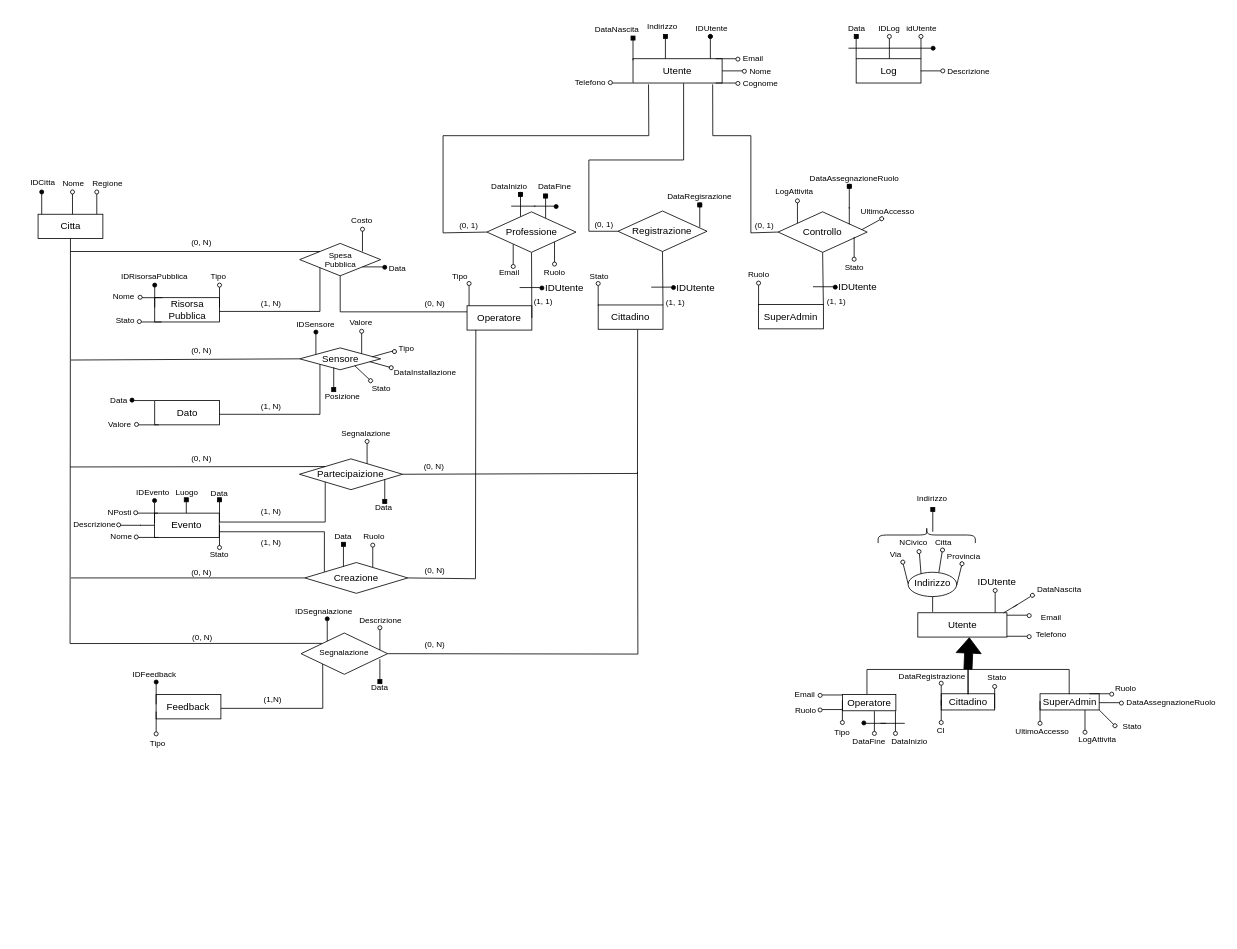
The draw.io diagram desing_db/schema_concettuale.drawio in mattebest045/UrbanBrain, before the edit. Source tidied: cells renumbered, new cells numbered last; positions are measured from the earlier drawing's top-left corner, leaving out a move shared by most shapes. Both pictures are drawn from the tidied source at 81%, with x=0, y=0 at pixel (14, 14).
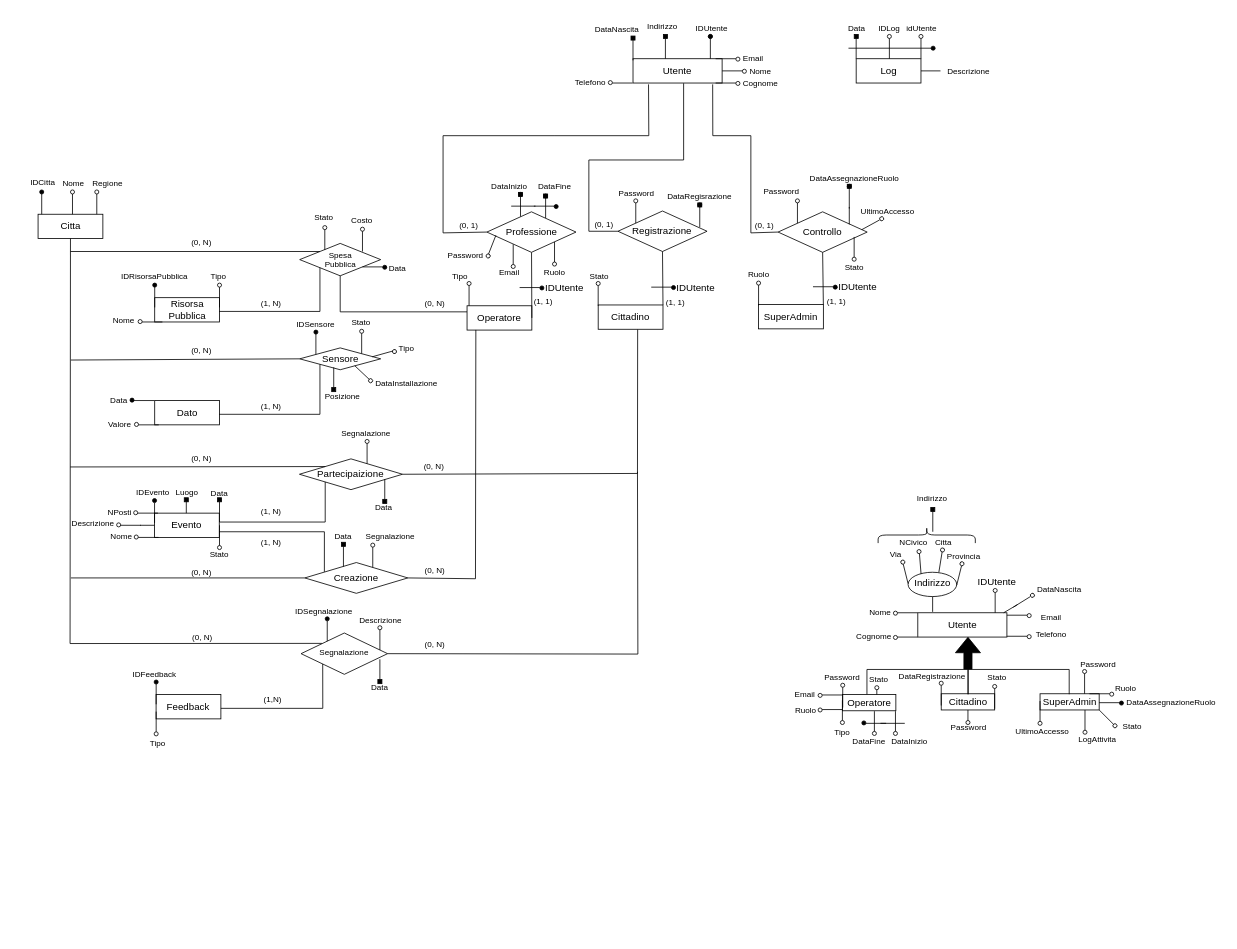
Above is the later version.

The change refers to these unchanged cells:
```xml
<mxCell id="3" value="Utente" style="rounded=0;whiteSpace=wrap;html=1;" parent="1" vertex="1">
  <mxGeometry x="1115.6" y="739" width="110" height="30" as="geometry" />
</mxCell>
<mxCell id="41" style="shape=partialRectangle;whiteSpace=wrap;html=1;bottom=1;right=1;left=1;top=0;fillColor=none;routingCenterX=-0.5;align=center;verticalAlign=top;fontFamily=Helvetica;fontSize=12;fontColor=default;rotation=-180;" parent="1" vertex="1">
  <mxGeometry x="1177.5" y="809" width="125" height="30" as="geometry" />
</mxCell>
```

What changed in the source:
```diff
@@
+    <mxCell id="407" value="Descrizione" style="text;html=1;align=center;verticalAlign=middle;strokeColor=none;fillColor=none;fontSize=10;" parent="1" vertex="1">
+      <mxGeometry x="1138.1" y="55" width="80" height="30" as="geometry" />
+    </mxCell>
+    <mxCell id="391" style="group;align=center;verticalAlign=top;fontFamily=Helvetica;fontSize=12;fontColor=default;fillColor=none;gradientColor=none;rotation=90;" parent="1" vertex="1">
+      <mxGeometry x="1132" y="55" width="5" height="30" as="geometry" />
+    </mxCell>
+    <mxCell id="392" style="endArrow=none;html=1;rounded=0;fontFamily=Helvetica;fontSize=12;fontColor=default;entryX=0;entryY=0;entryDx=0;entryDy=0;" parent="391" edge="1">
+      <mxGeometry relative="1" as="geometry">
+        <mxPoint x="-13" y="15" as="sourcePoint" />
+        <mxPoint x="12" y="15" as="targetPoint" />
+      </mxGeometry>
+    </mxCell>
+    <mxCell id="393" style="ellipse;whiteSpace=wrap;html=1;align=center;verticalAlign=top;fontFamily=Helvetica;fontSize=12;fillColor=none;strokeColor=#FFFFFF;rotation=0;fontColor=default;" parent="391" vertex="1">
+      <mxGeometry x="12" y="12.5" width="5" height="5" as="geometry" />
+    </mxCell>
@@
-    <mxCell id="39" style="shape=flexArrow;endArrow=classic;html=1;rounded=0;fontFamily=Helvetica;fontSize=12;fontColor=default;entryX=0.578;entryY=1.011;entryDx=0;entryDy=0;entryPerimeter=0;labelBackgroundColor=#000000;fillColor=#000000;exitX=1;exitY=1;exitDx=0;exitDy=0;" parent="1" edge="1" source="41" target="3">
+    <mxCell id="39" style="shape=flexArrow;endArrow=classic;html=1;rounded=0;fontFamily=Helvetica;fontSize=12;fontColor=default;entryX=0.563;entryY=0.995;entryDx=0;entryDy=0;entryPerimeter=0;labelBackgroundColor=#000000;fillColor=#000000;exitX=1;exitY=1;exitDx=0;exitDy=0;" parent="1" edge="1" source="41" target="3">
       <mxGeometry relative="1" as="geometry" />
     </mxCell>
@@
-    <mxCell id="49" style="group;align=center;verticalAlign=top;fontFamily=Helvetica;fontSize=12;fontColor=default;fillColor=none;gradientColor=none;" parent="1" vertex="1">
-      <mxGeometry x="1142" y="847" width="5" height="30" as="geometry" />
-    </mxCell>
-    <mxCell id="50" style="endArrow=none;html=1;rounded=0;fontFamily=Helvetica;fontSize=12;fontColor=default;entryX=0;entryY=0;entryDx=0;entryDy=0;" parent="49" edge="1">
-      <mxGeometry relative="1" as="geometry">
-        <mxPoint x="2.5" as="sourcePoint" />
-        <mxPoint x="2.5" y="25" as="targetPoint" />
-      </mxGeometry>
-    </mxCell>
-    <mxCell id="51" style="ellipse;whiteSpace=wrap;html=1;align=center;verticalAlign=top;fontFamily=Helvetica;fontSize=12;fontColor=default;fillColor=none;gradientColor=none;" parent="49" vertex="1">
-      <mxGeometry y="25" width="5" height="5" as="geometry" />
-    </mxCell>
-    <mxCell id="52" value="CI" style="text;html=1;align=center;verticalAlign=middle;strokeColor=none;fillColor=none;fontFamily=Helvetica;fontSize=10;fontColor=default;" parent="1" vertex="1">
-      <mxGeometry x="1128.5" y="869" width="30" height="30" as="geometry" />
+    <mxCell id="52" value="Password" style="text;html=1;align=center;verticalAlign=middle;strokeColor=none;fillColor=none;fontFamily=Helvetica;fontSize=10;fontColor=default;" parent="1" vertex="1">
+      <mxGeometry x="1142.5" y="865" width="70" height="30" as="geometry" />
     </mxCell>
@@
-    <mxCell id="57" style="group;direction=east;rotation=-90;align=center;verticalAlign=top;fontFamily=Helvetica;fontSize=12;fontColor=default;fillColor=none;gradientColor=none;" parent="1" vertex="1">
-      <mxGeometry x="1351.5" y="835" width="5" height="30" as="geometry" />
-    </mxCell>
-    <mxCell id="58" style="endArrow=none;html=1;rounded=0;fontFamily=Helvetica;fontSize=12;fontColor=default;entryX=0;entryY=0;entryDx=0;entryDy=0;" parent="57" edge="1">
-      <mxGeometry relative="1" as="geometry">
-        <mxPoint x="-12" y="15" as="sourcePoint" />
-        <mxPoint x="13" y="15" as="targetPoint" />
-      </mxGeometry>
-    </mxCell>
-    <mxCell id="59" style="ellipse;whiteSpace=wrap;html=1;align=center;verticalAlign=top;fontFamily=Helvetica;fontSize=12;fontColor=default;fillColor=none;gradientColor=none;rotation=-90;" parent="57" vertex="1">
-      <mxGeometry x="13" y="13" width="5" height="5" as="geometry" />
-    </mxCell>
@@
-    <mxCell id="116" value="Valore" style="text;html=1;align=center;verticalAlign=middle;strokeColor=none;fillColor=none;fontFamily=Helvetica;fontSize=10;fontColor=default;" parent="1" vertex="1">
+    <mxCell id="116" value="Stato" style="text;html=1;align=center;verticalAlign=middle;strokeColor=none;fillColor=none;fontFamily=Helvetica;fontSize=10;fontColor=default;" parent="1" vertex="1">
       <mxGeometry x="403" y="365" width="50" height="30" as="geometry" />
     </mxCell>
@@
     <mxCell id="150" value="Descrizione" style="text;html=1;align=center;verticalAlign=middle;strokeColor=none;fillColor=none;fontFamily=Helvetica;fontSize=10;fontColor=default;" parent="1" vertex="1">
-      <mxGeometry x="58.5" y="615" width="80" height="30" as="geometry" />
+      <mxGeometry x="56.5" y="614" width="80" height="30" as="geometry" />
     </mxCell>
@@
-    <mxCell id="252" value="LogAttivita" style="text;html=1;align=center;verticalAlign=middle;strokeColor=none;fillColor=none;fontFamily=Helvetica;fontSize=10;fontColor=default;" parent="1" vertex="1">
-      <mxGeometry x="927.5" y="204" width="70" height="30" as="geometry" />
+    <mxCell id="252" value="Password" style="text;html=1;align=center;verticalAlign=middle;strokeColor=none;fillColor=none;fontFamily=Helvetica;fontSize=10;fontColor=default;" parent="1" vertex="1">
+      <mxGeometry x="911.5" y="204" width="70" height="30" as="geometry" />
     </mxCell>
@@
-    <mxCell id="273" value="Ruolo" style="text;html=1;align=center;verticalAlign=middle;strokeColor=none;fillColor=none;fontFamily=Helvetica;fontSize=10;fontColor=default;" parent="1" vertex="1">
-      <mxGeometry x="418.5" y="630" width="50" height="30" as="geometry" />
+    <mxCell id="273" value="Segnalazione" style="text;html=1;align=center;verticalAlign=middle;strokeColor=none;fillColor=none;fontFamily=Helvetica;fontSize=10;fontColor=default;" parent="1" vertex="1">
+      <mxGeometry x="423.5" y="630" width="80" height="30" as="geometry" />
     </mxCell>
@@
-    <mxCell id="302" style="group;direction=east;rotation=90;" parent="1" vertex="1">
-      <mxGeometry x="165" y="365" width="5" height="30" as="geometry" />
-    </mxCell>
-    <mxCell id="303" style="endArrow=none;html=1;rounded=0;fontFamily=Helvetica;fontSize=12;fontColor=default;entryX=0;entryY=0;entryDx=0;entryDy=0;" parent="302" edge="1">
-      <mxGeometry relative="1" as="geometry">
-        <mxPoint x="17" y="15" as="sourcePoint" />
-        <mxPoint x="-8" y="15" as="targetPoint" />
-      </mxGeometry>
-    </mxCell>
-    <mxCell id="304" style="ellipse;whiteSpace=wrap;html=1;align=center;verticalAlign=top;fontFamily=Helvetica;fontSize=12;fontColor=default;fillColor=none;gradientColor=none;rotation=90;" parent="302" vertex="1">
-      <mxGeometry x="-13" y="12" width="5" height="5" as="geometry" />
-    </mxCell>
-    <mxCell id="305" value="Stato" style="text;html=1;align=center;verticalAlign=middle;strokeColor=none;fillColor=none;fontFamily=Helvetica;fontSize=10;fontColor=default;" parent="1" vertex="1">
-      <mxGeometry x="111.8" y="363" width="50" height="30" as="geometry" />
-    </mxCell>
@@
     <mxCell id="312" value="DataInstallazione" style="text;html=1;align=center;verticalAlign=middle;strokeColor=none;fillColor=none;fontFamily=Helvetica;fontSize=10;fontColor=default;" parent="1" vertex="1">
-      <mxGeometry x="456.5" y="427" width="100" height="30" as="geometry" />
+      <mxGeometry x="433.5" y="441" width="100" height="30" as="geometry" />
     </mxCell>
@@
-    <mxCell id="323" style="group;direction=east;rotation=-75;" parent="1" vertex="1">
-      <mxGeometry x="451" y="418" width="5" height="30" as="geometry" />
-    </mxCell>
-    <mxCell id="324" style="endArrow=none;html=1;rounded=0;fontFamily=Helvetica;fontSize=12;fontColor=default;entryX=0;entryY=0;entryDx=0;entryDy=0;" parent="323" edge="1">
-      <mxGeometry relative="1" as="geometry">
-        <mxPoint x="-12" y="11" as="sourcePoint" />
-        <mxPoint x="13" y="18" as="targetPoint" />
-      </mxGeometry>
-    </mxCell>
-    <mxCell id="325" style="ellipse;whiteSpace=wrap;html=1;align=center;verticalAlign=top;fontFamily=Helvetica;fontSize=12;fontColor=default;fillColor=none;gradientColor=none;rotation=-75;" parent="323" vertex="1">
-      <mxGeometry x="12" y="16" width="5" height="5" as="geometry" />
-    </mxCell>
@@
     <mxCell id="381" style="group;direction=east;rotation=90;" parent="1" vertex="1">
-      <mxGeometry x="166" y="335" width="5" height="30" as="geometry" />
+      <mxGeometry x="166" y="365" width="5" height="30" as="geometry" />
     </mxCell>
@@
     <mxCell id="384" value="Nome" style="text;html=1;align=center;verticalAlign=middle;strokeColor=none;fillColor=none;fontFamily=Helvetica;fontSize=10;fontColor=default;" parent="1" vertex="1">
-      <mxGeometry x="109.8" y="333" width="50" height="30" as="geometry" />
+      <mxGeometry x="109.8" y="363" width="50" height="30" as="geometry" />
     </mxCell>
@@
-    <mxCell id="388" value="Stato" style="text;html=1;align=center;verticalAlign=middle;strokeColor=none;fillColor=none;fontFamily=Helvetica;fontSize=10;fontColor=default;" parent="1" vertex="1">
-      <mxGeometry x="428" y="447" width="50" height="30" as="geometry" />
-    </mxCell>
@@
-    <mxCell id="391" style="group;align=center;verticalAlign=top;fontFamily=Helvetica;fontSize=12;fontColor=default;fillColor=none;gradientColor=none;rotation=90;" parent="1" vertex="1">
-      <mxGeometry x="1132" y="55" width="5" height="30" as="geometry" />
-    </mxCell>
-    <mxCell id="392" style="endArrow=none;html=1;rounded=0;fontFamily=Helvetica;fontSize=12;fontColor=default;entryX=0;entryY=0;entryDx=0;entryDy=0;" parent="391" edge="1">
-      <mxGeometry relative="1" as="geometry">
-        <mxPoint x="-13" y="15" as="sourcePoint" />
-        <mxPoint x="12" y="15" as="targetPoint" />
-      </mxGeometry>
-    </mxCell>
-    <mxCell id="393" style="ellipse;whiteSpace=wrap;html=1;align=center;verticalAlign=top;fontFamily=Helvetica;fontSize=12;fillColor=none;strokeColor=#000000;rotation=0;fontColor=default;" parent="391" vertex="1">
-      <mxGeometry x="12" y="12.5" width="5" height="5" as="geometry" />
-    </mxCell>
@@
-    <mxCell id="407" value="Descrizione" style="text;html=1;align=center;verticalAlign=middle;strokeColor=none;fillColor=none;fontSize=10;" parent="1" vertex="1">
-      <mxGeometry x="1138.1" y="55" width="80" height="30" as="geometry" />
-    </mxCell>
@@
+    <mxCell id="410" style="group;flipV=1;" parent="1" vertex="1">
+      <mxGeometry x="764.9" y="228" width="5" height="30" as="geometry" />
+    </mxCell>
+    <mxCell id="411" style="endArrow=none;html=1;rounded=0;fontFamily=Helvetica;fontSize=12;fontColor=default;entryX=0;entryY=0;entryDx=0;entryDy=0;" parent="410" edge="1">
+      <mxGeometry relative="1" as="geometry">
+        <mxPoint x="2.5" y="30" as="sourcePoint" />
+        <mxPoint x="2.5" y="5" as="targetPoint" />
+      </mxGeometry>
+    </mxCell>
+    <mxCell id="412" style="ellipse;whiteSpace=wrap;html=1;align=center;verticalAlign=top;fontFamily=Helvetica;fontSize=12;fontColor=default;fillColor=none;gradientColor=none;rotation=0;" parent="410" vertex="1">
+      <mxGeometry width="5" height="5" as="geometry" />
+    </mxCell>
+    <mxCell id="413" value="Password" style="text;html=1;align=center;verticalAlign=middle;strokeColor=none;fillColor=none;fontFamily=Helvetica;fontSize=10;fontColor=default;" parent="1" vertex="1">
+      <mxGeometry x="732.9" y="206" width="70" height="30" as="geometry" />
+    </mxCell>
+    <mxCell id="414" value="Password" style="text;html=1;align=center;verticalAlign=middle;strokeColor=none;fillColor=none;fontFamily=Helvetica;fontSize=10;fontColor=default;" parent="1" vertex="1">
+      <mxGeometry x="522.1" y="283" width="70" height="30" as="geometry" />
+    </mxCell>
+    <mxCell id="415" style="group;align=center;verticalAlign=top;fontFamily=Helvetica;fontSize=12;fontColor=default;fillColor=none;gradientColor=none;rotation=20;" parent="1" vertex="1">
+      <mxGeometry x="586.7" y="272" width="5" height="30" as="geometry" />
+    </mxCell>
+    <mxCell id="416" style="endArrow=none;html=1;rounded=0;fontFamily=Helvetica;fontSize=12;fontColor=default;entryX=0;entryY=0;entryDx=0;entryDy=0;" parent="415" edge="1">
+      <mxGeometry relative="1" as="geometry">
+        <mxPoint x="8" y="1" as="sourcePoint" />
+        <mxPoint x="-1" y="24" as="targetPoint" />
+      </mxGeometry>
+    </mxCell>
+    <mxCell id="417" style="ellipse;whiteSpace=wrap;html=1;align=center;verticalAlign=top;fontFamily=Helvetica;fontSize=12;fontColor=default;fillColor=none;gradientColor=none;rotation=20;" parent="415" vertex="1">
+      <mxGeometry x="-4" y="24" width="5" height="5" as="geometry" />
+    </mxCell>
+    <mxCell id="418" value="Stato" style="text;html=1;align=center;verticalAlign=middle;strokeColor=none;fillColor=none;fontFamily=Helvetica;fontSize=10;fontColor=default;" parent="1" vertex="1">
+      <mxGeometry x="356.6" y="236" width="50" height="30" as="geometry" />
+    </mxCell>
+    <mxCell id="419" style="group;align=center;verticalAlign=top;fontFamily=Helvetica;fontSize=12;fontColor=default;fillColor=none;gradientColor=none;" parent="1" vertex="1">
+      <mxGeometry x="381" y="261" width="5" height="30" as="geometry" />
+    </mxCell>
+    <mxCell id="420" style="endArrow=none;html=1;rounded=0;fontFamily=Helvetica;fontSize=12;fontColor=default;entryX=0;entryY=0;entryDx=0;entryDy=0;" parent="419" edge="1">
+      <mxGeometry relative="1" as="geometry">
+        <mxPoint x="2.5" y="30" as="sourcePoint" />
+        <mxPoint x="2.5" y="5" as="targetPoint" />
+      </mxGeometry>
+    </mxCell>
+    <mxCell id="421" style="ellipse;whiteSpace=wrap;html=1;align=center;verticalAlign=top;fontFamily=Helvetica;fontSize=12;fontColor=default;fillColor=none;gradientColor=none;rotation=-180;" parent="419" vertex="1">
+      <mxGeometry width="5" height="5" as="geometry" />
+    </mxCell>
+    <mxCell id="422" style="group;direction=east;rotation=-90;flipH=1;" parent="1" vertex="1">
+      <mxGeometry x="1098.5" y="724" width="5" height="30" as="geometry" />
+    </mxCell>
+    <mxCell id="423" style="endArrow=none;html=1;rounded=0;fontFamily=Helvetica;fontSize=12;fontColor=default;entryX=0;entryY=0;entryDx=0;entryDy=0;" parent="422" edge="1">
+      <mxGeometry relative="1" as="geometry">
+        <mxPoint x="17" y="15" as="sourcePoint" />
+        <mxPoint x="-8" y="15" as="targetPoint" />
+      </mxGeometry>
+    </mxCell>
+    <mxCell id="424" style="ellipse;whiteSpace=wrap;html=1;align=center;verticalAlign=top;fontFamily=Helvetica;fontSize=12;fontColor=default;fillColor=none;gradientColor=none;rotation=-90;" parent="422" vertex="1">
+      <mxGeometry x="-13" y="13" width="5" height="5" as="geometry" />
+    </mxCell>
+    <mxCell id="425" style="group;direction=east;rotation=-90;flipH=1;" parent="1" vertex="1">
+      <mxGeometry x="1098.5" y="754" width="5" height="30" as="geometry" />
+    </mxCell>
+    <mxCell id="426" style="endArrow=none;html=1;rounded=0;fontFamily=Helvetica;fontSize=12;fontColor=default;entryX=0;entryY=0;entryDx=0;entryDy=0;" parent="425" edge="1">
+      <mxGeometry relative="1" as="geometry">
+        <mxPoint x="17" y="15" as="sourcePoint" />
+        <mxPoint x="-8" y="15" as="targetPoint" />
+      </mxGeometry>
+    </mxCell>
+    <mxCell id="427" style="ellipse;whiteSpace=wrap;html=1;align=center;verticalAlign=top;fontFamily=Helvetica;fontSize=12;fontColor=default;fillColor=none;gradientColor=none;rotation=-90;" parent="425" vertex="1">
+      <mxGeometry x="-13" y="13" width="5" height="5" as="geometry" />
+    </mxCell>
+    <mxCell id="428" value="Cognome" style="text;html=1;align=center;verticalAlign=middle;strokeColor=none;fillColor=none;fontFamily=Helvetica;fontSize=10;fontColor=default;" parent="1" vertex="1">
+      <mxGeometry x="1025.5" y="753" width="70" height="30" as="geometry" />
+    </mxCell>
+    <mxCell id="429" value="Nome" style="text;html=1;align=center;verticalAlign=middle;strokeColor=none;fillColor=none;fontFamily=Helvetica;fontSize=10;fontColor=default;" parent="1" vertex="1">
+      <mxGeometry x="1043.5" y="722.5" width="50" height="30" as="geometry" />
+    </mxCell>
+    <mxCell id="430" style="group;" parent="1" vertex="1">
+      <mxGeometry x="1020.4" y="826" width="5" height="30" as="geometry" />
+    </mxCell>
+    <mxCell id="431" style="endArrow=none;html=1;rounded=0;fontFamily=Helvetica;fontSize=12;fontColor=default;entryX=0;entryY=0;entryDx=0;entryDy=0;" parent="430" edge="1">
+      <mxGeometry relative="1" as="geometry">
+        <mxPoint x="2.5" y="30" as="sourcePoint" />
+        <mxPoint x="2.5" y="5" as="targetPoint" />
+      </mxGeometry>
+    </mxCell>
+    <mxCell id="432" style="ellipse;whiteSpace=wrap;html=1;align=center;verticalAlign=top;fontFamily=Helvetica;fontSize=12;fontColor=default;fillColor=none;gradientColor=none;rotation=-180;" parent="430" vertex="1">
+      <mxGeometry width="5" height="5" as="geometry" />
+    </mxCell>
+    <mxCell id="433" value="Password" style="text;html=1;align=center;verticalAlign=middle;strokeColor=none;fillColor=none;fontFamily=Helvetica;fontSize=10;fontColor=default;" parent="1" vertex="1">
+      <mxGeometry x="987" y="804" width="70" height="30" as="geometry" />
+    </mxCell>
+    <mxCell id="434" value="Stato" style="text;html=1;align=center;verticalAlign=middle;strokeColor=none;fillColor=none;fontFamily=Helvetica;fontSize=10;fontColor=default;" parent="1" vertex="1">
+      <mxGeometry x="1042.1" y="805.5" width="50" height="30" as="geometry" />
+    </mxCell>
+    <mxCell id="435" style="endArrow=none;html=1;rounded=0;fontFamily=Helvetica;fontSize=12;fontColor=default;entryX=0;entryY=0;entryDx=0;entryDy=0;" parent="1" edge="1">
+      <mxGeometry relative="1" as="geometry">
+        <mxPoint x="1065" y="840" as="sourcePoint" />
+        <mxPoint x="1065" y="834" as="targetPoint" />
+      </mxGeometry>
+    </mxCell>
+    <mxCell id="436" style="ellipse;whiteSpace=wrap;html=1;align=center;verticalAlign=top;fontFamily=Helvetica;fontSize=12;fontColor=default;fillColor=none;gradientColor=none;rotation=-180;" parent="1" vertex="1">
+      <mxGeometry x="1062.5" y="829" width="5" height="5" as="geometry" />
+    </mxCell>
+    <mxCell id="50" style="endArrow=none;html=1;rounded=0;fontFamily=Helvetica;fontSize=12;fontColor=default;entryX=0;entryY=0;entryDx=0;entryDy=0;" parent="1" edge="1">
+      <mxGeometry relative="1" as="geometry">
+        <mxPoint x="1177.5" y="859" as="sourcePoint" />
+        <mxPoint x="1177.5" y="872" as="targetPoint" />
+      </mxGeometry>
+    </mxCell>
+    <mxCell id="51" style="ellipse;whiteSpace=wrap;html=1;align=center;verticalAlign=top;fontFamily=Helvetica;fontSize=12;fontColor=default;fillColor=none;gradientColor=none;" parent="1" vertex="1">
+      <mxGeometry x="1175" y="872" width="5" height="5" as="geometry" />
+    </mxCell>
+    <mxCell id="58" style="endArrow=none;html=1;rounded=0;fontFamily=Helvetica;fontSize=12;fontColor=default;entryX=0;entryY=0;entryDx=0;entryDy=0;" parent="1" edge="1">
+      <mxGeometry relative="1" as="geometry">
+        <mxPoint x="1339.5" y="850" as="sourcePoint" />
+        <mxPoint x="1364.5" y="850" as="targetPoint" />
+      </mxGeometry>
+    </mxCell>
+    <mxCell id="59" style="ellipse;whiteSpace=wrap;html=1;align=center;verticalAlign=top;fontFamily=Helvetica;fontSize=12;fontColor=default;fillColor=#000000;gradientColor=none;rotation=-90;strokeColor=#000000;" parent="1" vertex="1">
+      <mxGeometry x="1364.5" y="848" width="5" height="5" as="geometry" />
+    </mxCell>
+    <mxCell id="437" value="Password" style="text;html=1;align=center;verticalAlign=middle;strokeColor=none;fillColor=none;fontFamily=Helvetica;fontSize=10;fontColor=default;" parent="1" vertex="1">
+      <mxGeometry x="1302.6" y="787" width="70" height="30" as="geometry" />
+    </mxCell>
+    <mxCell id="438" style="group;" parent="1" vertex="1">
+      <mxGeometry x="1319" y="809" width="5" height="30" as="geometry" />
+    </mxCell>
+    <mxCell id="439" style="endArrow=none;html=1;rounded=0;fontFamily=Helvetica;fontSize=12;fontColor=default;entryX=0;entryY=0;entryDx=0;entryDy=0;" parent="438" edge="1">
+      <mxGeometry relative="1" as="geometry">
+        <mxPoint x="2.5" y="30" as="sourcePoint" />
+        <mxPoint x="2.5" y="5" as="targetPoint" />
+      </mxGeometry>
+    </mxCell>
+    <mxCell id="440" style="ellipse;whiteSpace=wrap;html=1;align=center;verticalAlign=top;fontFamily=Helvetica;fontSize=12;fontColor=default;fillColor=none;gradientColor=none;rotation=-180;" parent="438" vertex="1">
+      <mxGeometry width="5" height="5" as="geometry" />
+    </mxCell>
```
